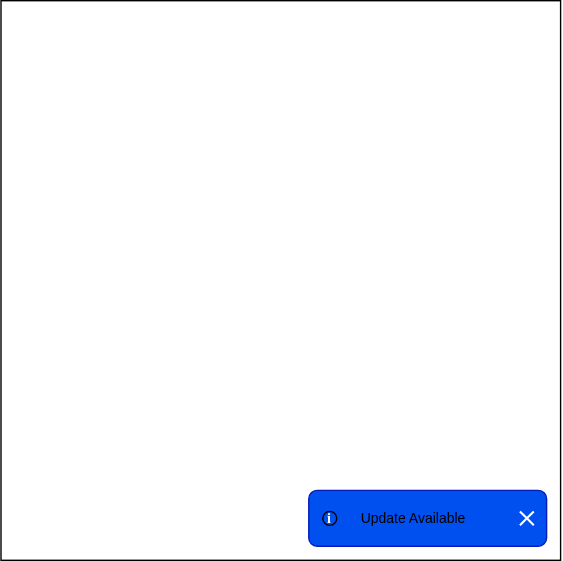
The draw.io diagram blog.jxck.io/drafts/toast-popover/toast.drawio.svg in Jxck/jxck.io, before a commit. Source tidied: cells renumbered, new cells last; positions are measured from the earlier drawing's top-left corner, leaving out a move shared by most shapes.
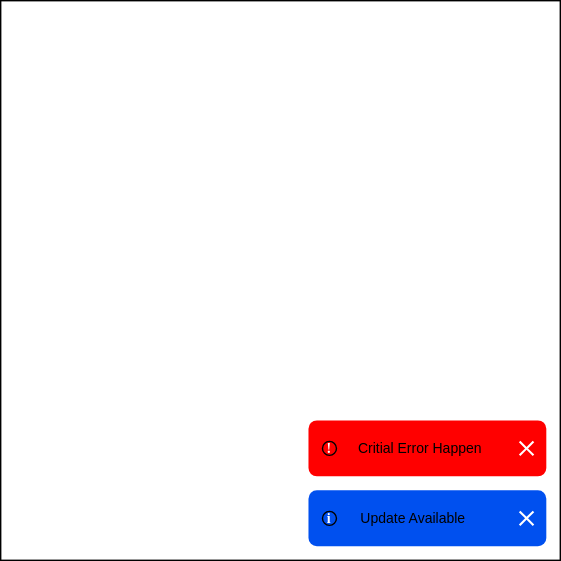
Later version of the same file.

Diff of the diagram source:
```diff
@@ -5,7 +5,7 @@
     <mxCell id="2" style="rounded=0;whiteSpace=wrap;html=1;" parent="1" vertex="1">
       <mxGeometry width="400" height="400" as="geometry" />
     </mxCell>
-    <mxCell id="3" style="rounded=1;whiteSpace=wrap;html=1;fillColor=#0050ef;fontColor=#ffffff;strokeColor=#001DBC;" parent="1" vertex="1">
+    <mxCell id="3" style="rounded=1;whiteSpace=wrap;html=1;fillColor=#0050ef;fontColor=#ffffff;strokeColor=none;" parent="1" vertex="1">
       <mxGeometry x="220" y="350" width="170" height="40" as="geometry" />
     </mxCell>
     <mxCell id="4" style="shape=cross;whiteSpace=wrap;html=1;rotation=45;size=0.10710270246647724;fillColor=#FFFFFF;strokeColor=none;" parent="1" vertex="1">
@@ -17,5 +17,17 @@
     <mxCell id="6" value="&lt;font face=&quot;Times New Roman&quot;&gt;&lt;b&gt;i&lt;/b&gt;&lt;/font&gt;" style="ellipse;whiteSpace=wrap;html=1;fontSize=10;fillColor=#0050ef;fontColor=#ffffff;strokeColor=default;" parent="1" vertex="1">
       <mxGeometry x="230" y="365" width="10" height="10" as="geometry" />
     </mxCell>
+    <mxCell id="7" style="rounded=1;whiteSpace=wrap;html=1;fillColor=#FF0000;fontColor=#ffffff;strokeColor=none;" parent="1" vertex="1">
+      <mxGeometry x="220" y="300" width="170" height="40" as="geometry" />
+    </mxCell>
+    <mxCell id="8" style="shape=cross;whiteSpace=wrap;html=1;rotation=45;size=0.10710270246647724;fillColor=#FFFFFF;strokeColor=none;" parent="1" vertex="1">
+      <mxGeometry x="368.9" y="313" width="14" height="14" as="geometry" />
+    </mxCell>
+    <mxCell id="9" value="Critial Error Happen" style="text;html=1;strokeColor=none;fillColor=none;align=center;verticalAlign=middle;whiteSpace=wrap;rounded=0;fontSize=10;" parent="1" vertex="1">
+      <mxGeometry x="250" y="310" width="100" height="20" as="geometry" />
+    </mxCell>
+    <mxCell id="10" value="&lt;font face=&quot;Times New Roman&quot;&gt;&lt;b&gt;!&lt;/b&gt;&lt;/font&gt;" style="ellipse;whiteSpace=wrap;html=1;fontSize=10;fillColor=#FF0000;fontColor=#ffffff;strokeColor=default;" parent="1" vertex="1">
+      <mxGeometry x="230" y="315" width="10" height="10" as="geometry" />
+    </mxCell>
   </root>
 </mxGraphModel>
```
